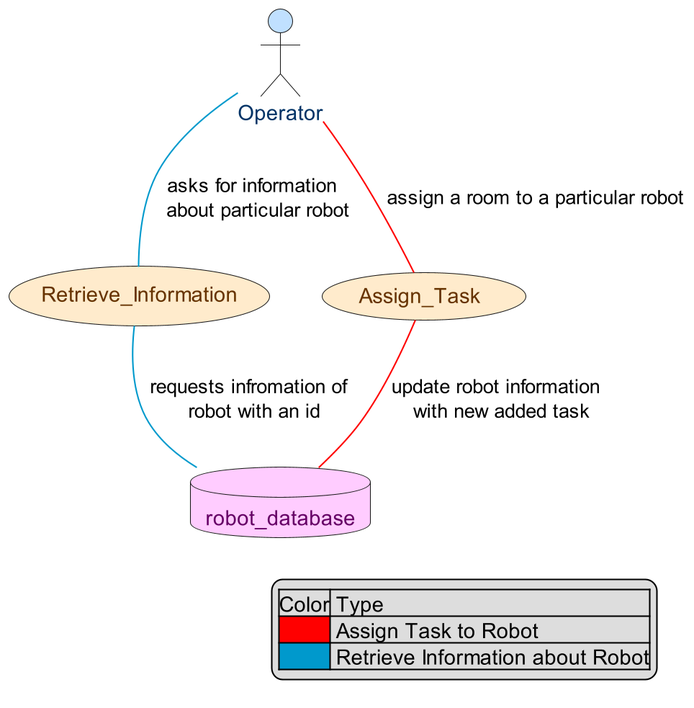
ur-swe-fa24/main-project-jeck-inc keeps this PlantUML diagram as docs/design/Use_Cases/UC_Operator.png. Above is the earlier version. The source it was exported from:
```plantuml
@startuml ABasicUseCase

skinparam dpi 200
skinparam DefaultFontName Inconsolata
skinparam actorBackgroundColor #C0E0FF
skinparam actorFontColor #003366
skinparam usecaseBackgroundColor #FFEBCC
skinparam usecaseFontColor #663300
skinparam databaseBackgroundColor #FFCCFF
skinparam databaseFontColor #660066
skinparam borderColor #333333
skinparam noteBackgroundColor #FFFFE0
skinparam noteBorderColor #FFD700

actor Operator

usecase Retrieve_Information
usecase Assign_Task

database robot_database

Operator --[#0099CC] "Retrieve_Information" : "asks for information \n about particular robot"
Operator --[#red] "Assign_Task" : "assign a room to a particular robot"
Retrieve_Information --[#0099CC] robot_database : "requests infromation of \n robot with an id"
Assign_Task --[#red] robot_database : "update robot information \n with new added task"

legend right
    |Color| Type |
    |<#red>| Assign Task to Robot|
    |<#0099CC>| Retrieve Information about Robot|
endlegend

@enduml
```
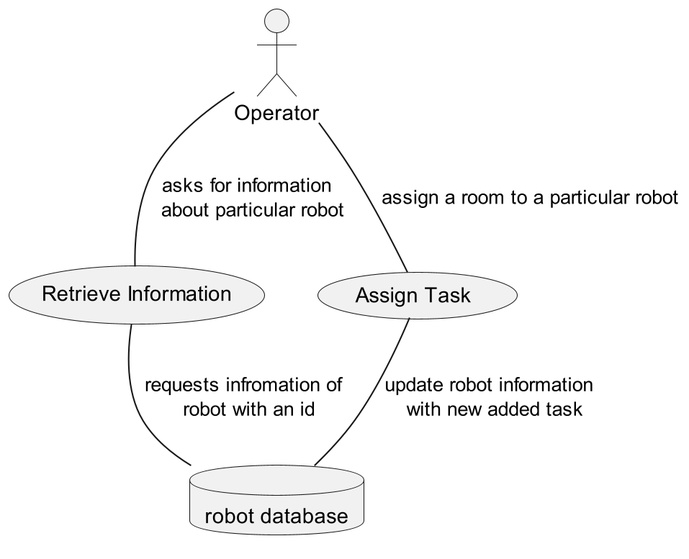
After the change.

Commit message:
Changed sequence diagram and use case diagram to make it uniform

Diff of the diagram source:
```diff
@@ -2,32 +2,18 @@
 
 skinparam dpi 200
 skinparam DefaultFontName Inconsolata
-skinparam actorBackgroundColor #C0E0FF
-skinparam actorFontColor #003366
-skinparam usecaseBackgroundColor #FFEBCC
-skinparam usecaseFontColor #663300
-skinparam databaseBackgroundColor #FFCCFF
-skinparam databaseFontColor #660066
-skinparam borderColor #333333
-skinparam noteBackgroundColor #FFFFE0
-skinparam noteBorderColor #FFD700
 
 actor Operator
 
-usecase Retrieve_Information
-usecase Assign_Task
+usecase "Retrieve Information" as retrieveInformation
+usecase "Assign Task" as assignTask
 
-database robot_database
+database "robot database" as robot_database
 
-Operator --[#0099CC] "Retrieve_Information" : "asks for information \n about particular robot"
-Operator --[#red] "Assign_Task" : "assign a room to a particular robot"
-Retrieve_Information --[#0099CC] robot_database : "requests infromation of \n robot with an id"
-Assign_Task --[#red] robot_database : "update robot information \n with new added task"
+Operator -- retrieveInformation : "asks for information \n about particular robot"
+Operator -- assignTask : "assign a room to a particular robot"
+retrieveInformation -- robot_database : "requests infromation of \n robot with an id"
+assignTask -- robot_database : "update robot information \n with new added task"
 
-legend right
-    |Color| Type |
-    |<#red>| Assign Task to Robot|
-    |<#0099CC>| Retrieve Information about Robot|
-endlegend
 
 @enduml
```
